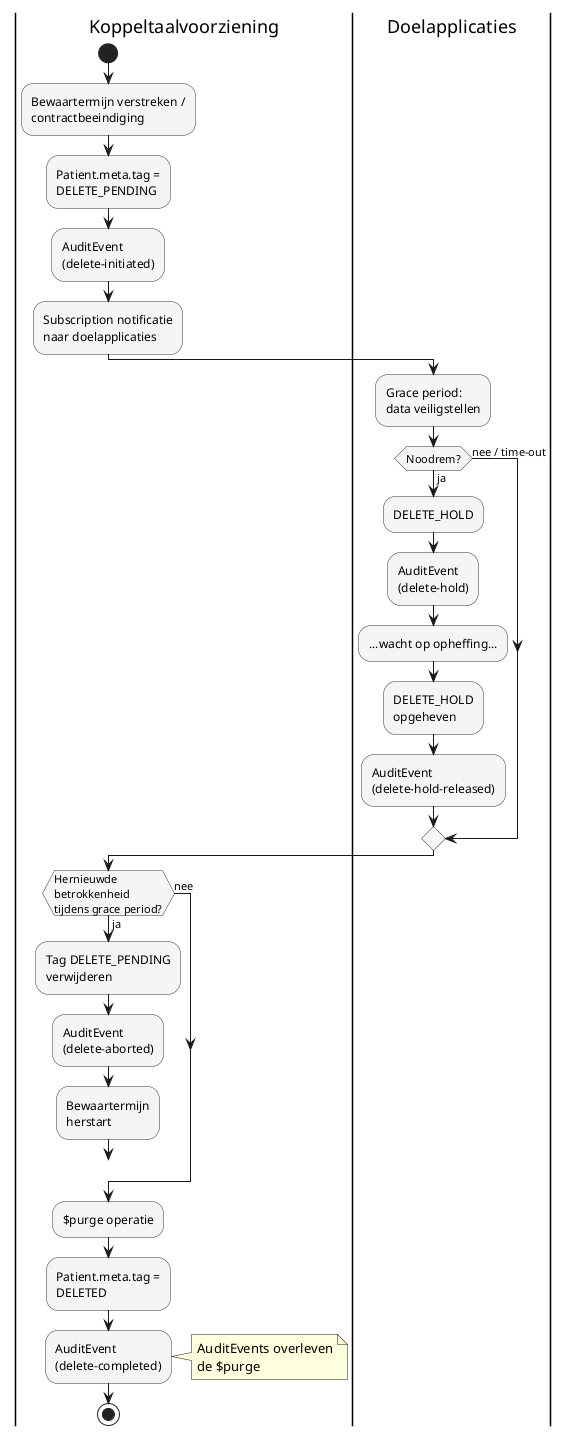
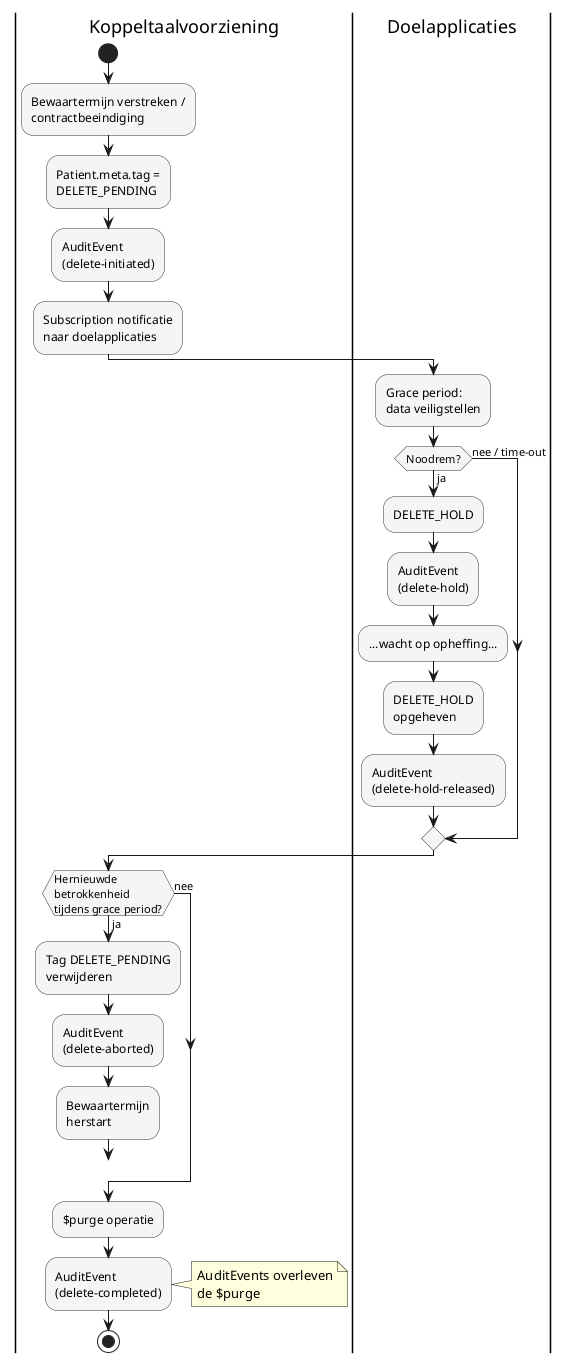
@startuml archivering-overzicht

skinparam activity {
  BackgroundColor #f5f5f5
  BorderColor #333333
}

|Koppeltaalvoorziening|
start
label start_termijn
:Bewaartermijn verstreken /\ncontractbeeindiging;

|Koppeltaalvoorziening|
:Patient.meta.tag =\nDELETE_PENDING;
:AuditEvent\n(delete-initiated);
:Subscription notificatie\nnaar doelapplicaties;

|Doelapplicaties|
:Grace period:\ndata veiligstellen;

if (Noodrem?) then (ja)
  :DELETE_HOLD;
  :AuditEvent\n(delete-hold);
  :...wacht op opheffing...;
  :DELETE_HOLD\nopgeheven;
  :AuditEvent\n(delete-hold-released);
else (nee / time-out)
endif

|Koppeltaalvoorziening|
if (Hernieuwde\nbetrokkenheid\ntijdens grace period?) then (ja)
  :Tag DELETE_PENDING\nverwijderen;
  :AuditEvent\n(delete-aborted);
  :Bewaartermijn\nherstart;
  goto start_termijn
else (nee)
endif

|Koppeltaalvoorziening|
:$purge operatie;
- :Patient.meta.tag =\nDELETED;
:AuditEvent\n(delete-completed);
note right
  AuditEvents overleven
  de $purge
end note

stop

@enduml
